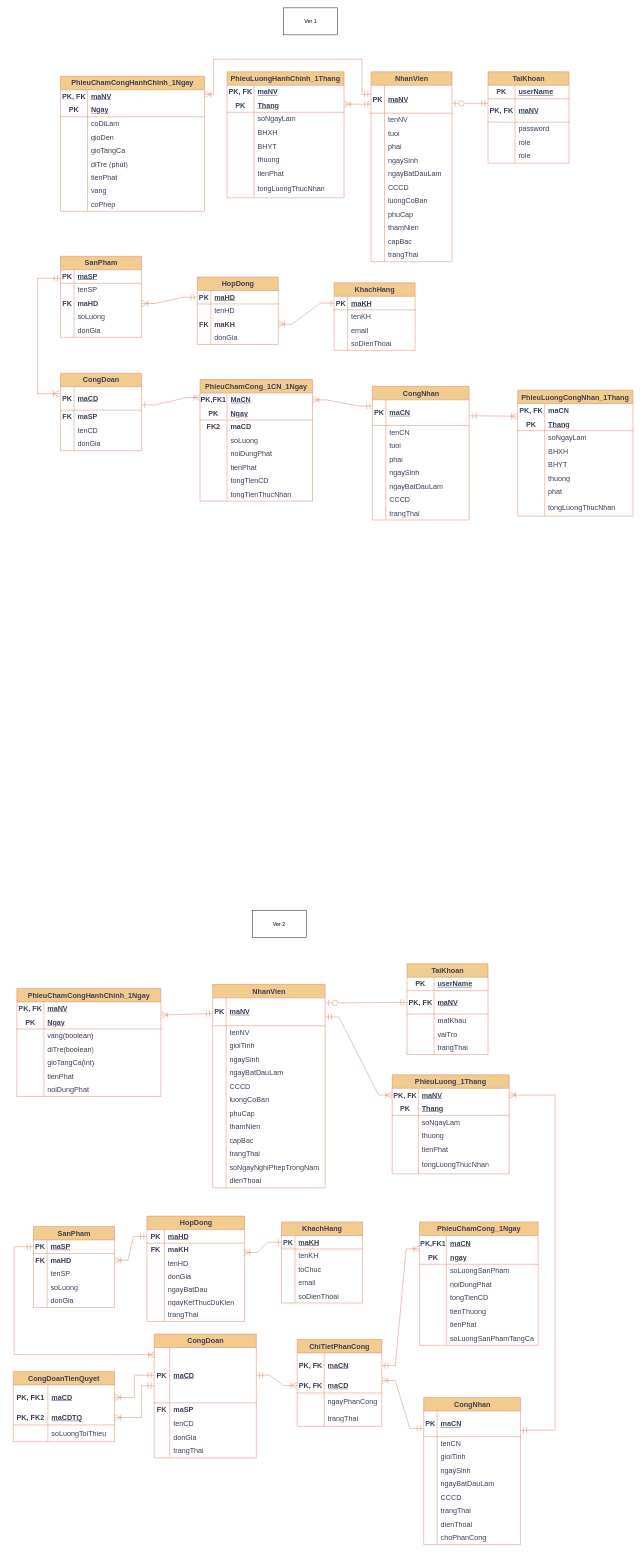
Above: page "này enity" (1 of 2) of EntityRelationshipDiagram.drawio in TomTom2k/-management-of-a-ceramic-processing-company (draw.io), before the change. Source tidied: cells renumbered, new cells numbered last; positions are measured from the earlier drawing's top-left corner, leaving out a move shared by most shapes. Both pictures are drawn from the tidied source at 45%, with x=0, y=0 at pixel (13, 8).
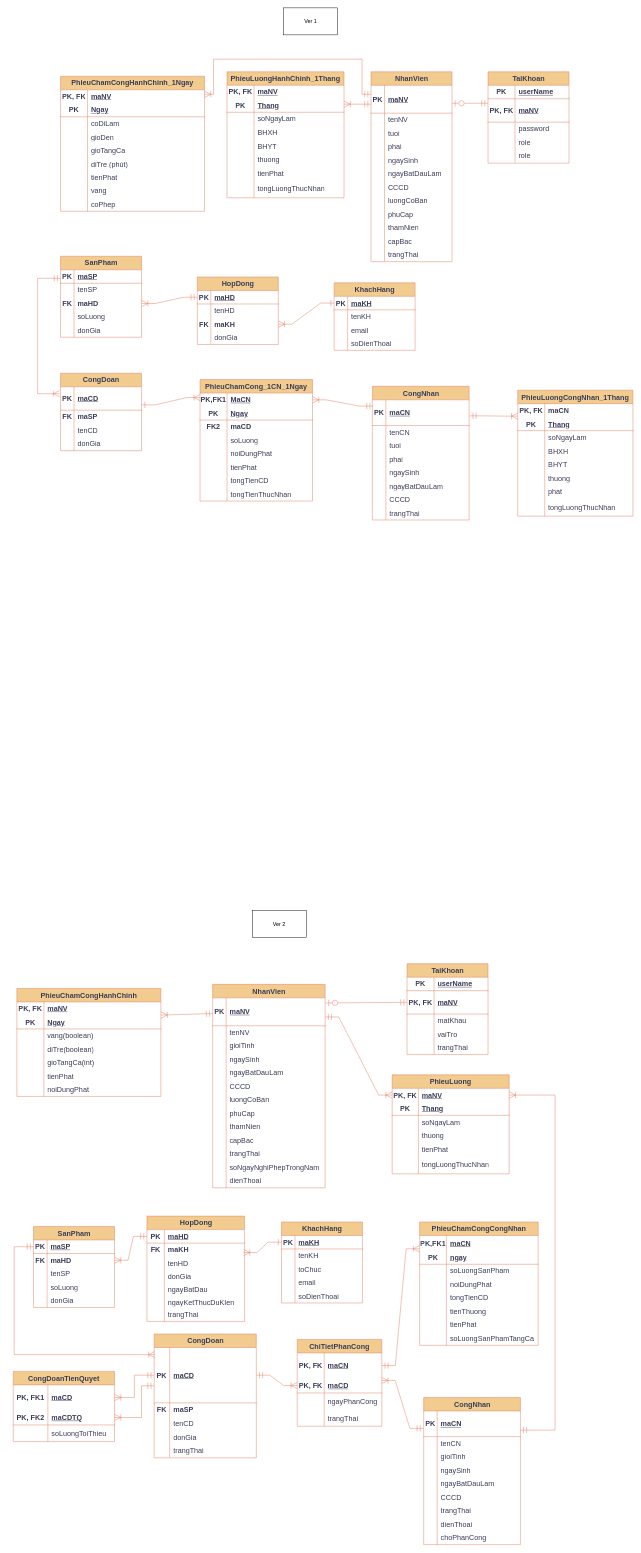
After the change.

The edit, as a diff of the source:
```diff
@@
-    <mxCell id="330" value="PhieuChamCong_1Ngay" style="shape=table;startSize=30;childLayout=tableLayout;rowLines=0;fontStyle=1;align=center;html=1;whiteSpace=wrap;labelBackgroundColor=none;fillColor=#F2CC8F;strokeColor=#E07A5F;fontColor=#393C56;fontSize=16;" parent="1" vertex="1">
+    <mxCell id="330" value="PhieuChamCongCongNhan" style="shape=table;startSize=30;childLayout=tableLayout;rowLines=0;fontStyle=1;align=center;html=1;whiteSpace=wrap;labelBackgroundColor=none;fillColor=#F2CC8F;strokeColor=#E07A5F;fontColor=#393C56;fontSize=16;" parent="1" vertex="1">
       <mxGeometry x="903" y="2698" width="263.5" height="274.1" as="geometry" />
     </mxCell>
@@
-    <mxCell id="395" value="PhieuChamCongHanhChinh_1Ngay" style="shape=table;startSize=30;childLayout=tableLayout;rowLines=0;fontStyle=1;align=center;html=1;whiteSpace=wrap;labelBackgroundColor=none;fillColor=#F2CC8F;strokeColor=#E07A5F;fontColor=#393C56;fontSize=16;" parent="1" vertex="1">
+    <mxCell id="395" value="PhieuChamCongHanhChinh" style="shape=table;startSize=30;childLayout=tableLayout;rowLines=0;fontStyle=1;align=center;html=1;whiteSpace=wrap;labelBackgroundColor=none;fillColor=#F2CC8F;strokeColor=#E07A5F;fontColor=#393C56;fontSize=16;" parent="1" vertex="1">
       <mxGeometry x="8" y="2179" width="320" height="240" as="geometry" />
     </mxCell>
@@
-    <mxCell id="417" value="PhieuLuong_1Thang" style="shape=table;startSize=30;childLayout=tableLayout;rowLines=0;fontStyle=1;align=center;html=1;whiteSpace=wrap;labelBackgroundColor=none;fillColor=#F2CC8F;strokeColor=#E07A5F;fontColor=#393C56;fontSize=16;" parent="1" vertex="1">
+    <mxCell id="417" value="PhieuLuong" style="shape=table;startSize=30;childLayout=tableLayout;rowLines=0;fontStyle=1;align=center;html=1;whiteSpace=wrap;labelBackgroundColor=none;fillColor=#F2CC8F;strokeColor=#E07A5F;fontColor=#393C56;fontSize=16;" parent="1" vertex="1">
       <mxGeometry x="842" y="2371" width="260" height="220" as="geometry" />
     </mxCell>
```
